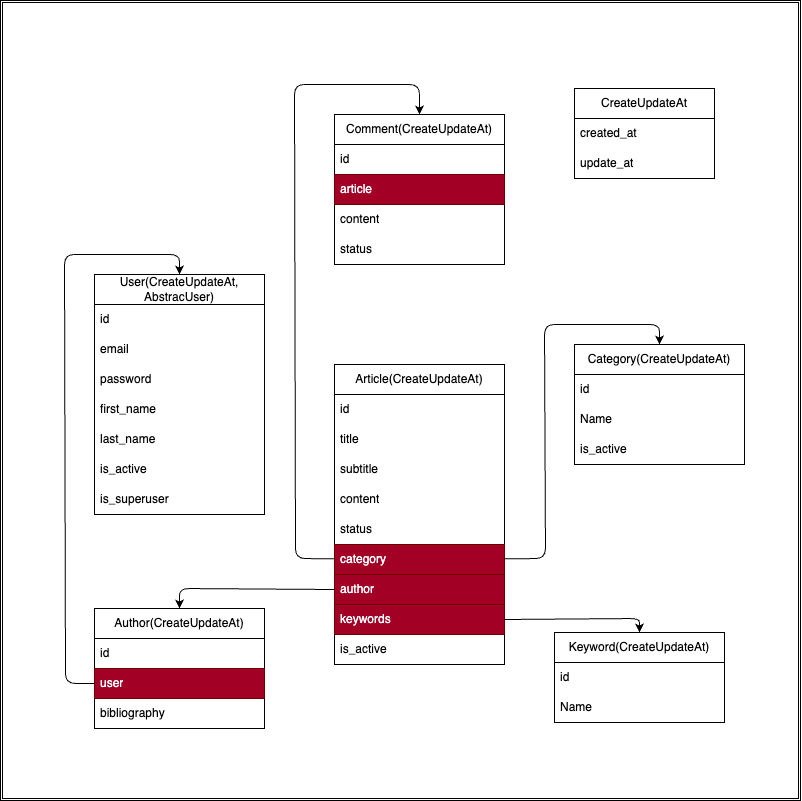
Juzeka/Blog-Flow keeps this draw.io diagram as relationship.png. Above is the earlier version. Source tidied: cells renumbered, new cells last; positions are measured from the earlier drawing's top-left corner, leaving out a move shared by most shapes. Source of this version:
```xml
<mxGraphModel>
  <root>
    <mxCell id="0" />
    <mxCell id="1" parent="0" />
    <mxCell id="2" style="shape=ext;double=1;whiteSpace=wrap;html=1;" parent="1" vertex="1">
      <mxGeometry width="800" height="800" as="geometry" />
    </mxCell>
    <mxCell id="3" value="User(CreateUpdateAt, AbstracUser)" style="swimlane;fontStyle=0;horizontal=1;startSize=30;whiteSpace=wrap;html=1;" parent="1" vertex="1">
      <mxGeometry x="94" y="274" width="170" height="240" as="geometry" />
    </mxCell>
    <mxCell id="4" value="id" style="text;strokeColor=none;fillColor=none;align=left;verticalAlign=middle;spacingLeft=4;spacingRight=4;overflow=hidden;whiteSpace=wrap;html=1;" parent="3" vertex="1">
      <mxGeometry y="30" width="170" height="30" as="geometry" />
    </mxCell>
    <mxCell id="5" value="email" style="text;strokeColor=none;fillColor=none;align=left;verticalAlign=middle;spacingLeft=4;spacingRight=4;overflow=hidden;whiteSpace=wrap;html=1;" parent="3" vertex="1">
      <mxGeometry y="60" width="170" height="30" as="geometry" />
    </mxCell>
    <mxCell id="6" value="password" style="text;strokeColor=none;fillColor=none;align=left;verticalAlign=middle;spacingLeft=4;spacingRight=4;overflow=hidden;whiteSpace=wrap;html=1;" parent="3" vertex="1">
      <mxGeometry y="90" width="170" height="30" as="geometry" />
    </mxCell>
    <mxCell id="7" value="first_name" style="text;strokeColor=none;fillColor=none;align=left;verticalAlign=middle;spacingLeft=4;spacingRight=4;overflow=hidden;whiteSpace=wrap;html=1;" parent="3" vertex="1">
      <mxGeometry y="120" width="170" height="30" as="geometry" />
    </mxCell>
    <mxCell id="8" value="last_name" style="text;strokeColor=none;fillColor=none;align=left;verticalAlign=middle;spacingLeft=4;spacingRight=4;overflow=hidden;whiteSpace=wrap;html=1;" parent="3" vertex="1">
      <mxGeometry y="150" width="170" height="30" as="geometry" />
    </mxCell>
    <mxCell id="9" value="is_active" style="text;strokeColor=none;fillColor=none;align=left;verticalAlign=middle;spacingLeft=4;spacingRight=4;overflow=hidden;whiteSpace=wrap;html=1;" parent="3" vertex="1">
      <mxGeometry y="180" width="170" height="30" as="geometry" />
    </mxCell>
    <mxCell id="10" value="is_superuser" style="text;strokeColor=none;fillColor=none;align=left;verticalAlign=middle;spacingLeft=4;spacingRight=4;overflow=hidden;whiteSpace=wrap;html=1;" parent="3" vertex="1">
      <mxGeometry y="210" width="170" height="30" as="geometry" />
    </mxCell>
    <mxCell id="11" value="CreateUpdateAt" style="swimlane;fontStyle=0;horizontal=1;startSize=30;whiteSpace=wrap;html=1;" parent="1" vertex="1">
      <mxGeometry x="574" y="88" width="140" height="90" as="geometry" />
    </mxCell>
    <mxCell id="12" value="created_at" style="text;strokeColor=none;fillColor=none;align=left;verticalAlign=middle;spacingLeft=4;spacingRight=4;overflow=hidden;whiteSpace=wrap;html=1;" parent="11" vertex="1">
      <mxGeometry y="30" width="140" height="30" as="geometry" />
    </mxCell>
    <mxCell id="13" value="update_at" style="text;strokeColor=none;fillColor=none;align=left;verticalAlign=middle;spacingLeft=4;spacingRight=4;overflow=hidden;whiteSpace=wrap;html=1;" parent="11" vertex="1">
      <mxGeometry y="60" width="140" height="30" as="geometry" />
    </mxCell>
    <mxCell id="14" value="Category(CreateUpdateAt)" style="swimlane;fontStyle=0;horizontal=1;startSize=30;whiteSpace=wrap;html=1;" parent="1" vertex="1">
      <mxGeometry x="574" y="344" width="170" height="120" as="geometry" />
    </mxCell>
    <mxCell id="15" value="id" style="text;strokeColor=none;fillColor=none;align=left;verticalAlign=middle;spacingLeft=4;spacingRight=4;overflow=hidden;whiteSpace=wrap;html=1;" parent="14" vertex="1">
      <mxGeometry y="30" width="170" height="30" as="geometry" />
    </mxCell>
    <mxCell id="16" value="Name" style="text;strokeColor=none;fillColor=none;align=left;verticalAlign=middle;spacingLeft=4;spacingRight=4;overflow=hidden;whiteSpace=wrap;html=1;" parent="14" vertex="1">
      <mxGeometry y="60" width="170" height="30" as="geometry" />
    </mxCell>
    <mxCell id="17" value="is_active" style="text;strokeColor=none;fillColor=none;align=left;verticalAlign=middle;spacingLeft=4;spacingRight=4;overflow=hidden;whiteSpace=wrap;html=1;" parent="14" vertex="1">
      <mxGeometry y="90" width="170" height="30" as="geometry" />
    </mxCell>
    <mxCell id="18" value="Article(CreateUpdateAt)" style="swimlane;fontStyle=0;horizontal=1;startSize=30;whiteSpace=wrap;html=1;" parent="1" vertex="1">
      <mxGeometry x="334" y="364" width="170" height="300" as="geometry" />
    </mxCell>
    <mxCell id="19" value="id" style="text;strokeColor=none;fillColor=none;align=left;verticalAlign=middle;spacingLeft=4;spacingRight=4;overflow=hidden;whiteSpace=wrap;html=1;" parent="18" vertex="1">
      <mxGeometry y="30" width="170" height="30" as="geometry" />
    </mxCell>
    <mxCell id="20" value="title" style="text;strokeColor=none;fillColor=none;align=left;verticalAlign=middle;spacingLeft=4;spacingRight=4;overflow=hidden;whiteSpace=wrap;html=1;" parent="18" vertex="1">
      <mxGeometry y="60" width="170" height="30" as="geometry" />
    </mxCell>
    <mxCell id="21" value="subtitle" style="text;strokeColor=none;fillColor=none;align=left;verticalAlign=middle;spacingLeft=4;spacingRight=4;overflow=hidden;whiteSpace=wrap;html=1;" parent="18" vertex="1">
      <mxGeometry y="90" width="170" height="30" as="geometry" />
    </mxCell>
    <mxCell id="22" value="content" style="text;strokeColor=none;fillColor=none;align=left;verticalAlign=middle;spacingLeft=4;spacingRight=4;overflow=hidden;whiteSpace=wrap;html=1;" parent="18" vertex="1">
      <mxGeometry y="120" width="170" height="30" as="geometry" />
    </mxCell>
    <mxCell id="23" value="status" style="text;strokeColor=none;fillColor=none;align=left;verticalAlign=middle;spacingLeft=4;spacingRight=4;overflow=hidden;whiteSpace=wrap;html=1;" parent="18" vertex="1">
      <mxGeometry y="150" width="170" height="30" as="geometry" />
    </mxCell>
    <mxCell id="24" value="category" style="text;strokeColor=#6F0000;fillColor=#a20025;align=left;verticalAlign=middle;spacingLeft=4;spacingRight=4;overflow=hidden;points=[[0,0.5],[1,0.5]];portConstraint=eastwest;whiteSpace=wrap;html=1;fontColor=#ffffff;" parent="18" vertex="1">
      <mxGeometry y="180" width="170" height="30" as="geometry" />
    </mxCell>
    <mxCell id="25" value="author" style="text;strokeColor=#6F0000;fillColor=#a20025;align=left;verticalAlign=middle;spacingLeft=4;spacingRight=4;overflow=hidden;points=[[0,0.5],[1,0.5]];portConstraint=eastwest;whiteSpace=wrap;html=1;fontColor=#ffffff;" parent="18" vertex="1">
      <mxGeometry y="210" width="170" height="30" as="geometry" />
    </mxCell>
    <mxCell id="26" value="keywords" style="text;strokeColor=#6F0000;fillColor=#a20025;align=left;verticalAlign=middle;spacingLeft=4;spacingRight=4;overflow=hidden;points=[[0,0.5],[1,0.5]];portConstraint=eastwest;whiteSpace=wrap;html=1;fontColor=#ffffff;" parent="18" vertex="1">
      <mxGeometry y="240" width="170" height="30" as="geometry" />
    </mxCell>
    <mxCell id="27" value="is_active" style="text;strokeColor=none;fillColor=none;align=left;verticalAlign=middle;spacingLeft=4;spacingRight=4;overflow=hidden;whiteSpace=wrap;html=1;" parent="18" vertex="1">
      <mxGeometry y="270" width="170" height="30" as="geometry" />
    </mxCell>
    <mxCell id="28" value="Keyword(CreateUpdateAt)" style="swimlane;fontStyle=0;horizontal=1;startSize=30;whiteSpace=wrap;html=1;" parent="1" vertex="1">
      <mxGeometry x="554" y="632" width="170" height="90" as="geometry" />
    </mxCell>
    <mxCell id="29" value="id" style="text;strokeColor=none;fillColor=none;align=left;verticalAlign=middle;spacingLeft=4;spacingRight=4;overflow=hidden;whiteSpace=wrap;html=1;" parent="28" vertex="1">
      <mxGeometry y="30" width="170" height="30" as="geometry" />
    </mxCell>
    <mxCell id="30" value="Name" style="text;strokeColor=none;fillColor=none;align=left;verticalAlign=middle;spacingLeft=4;spacingRight=4;overflow=hidden;whiteSpace=wrap;html=1;" parent="28" vertex="1">
      <mxGeometry y="60" width="170" height="30" as="geometry" />
    </mxCell>
    <mxCell id="31" value="Comment(CreateUpdateAt)" style="swimlane;fontStyle=0;horizontal=1;startSize=30;whiteSpace=wrap;html=1;" parent="1" vertex="1">
      <mxGeometry x="334" y="114" width="170" height="150" as="geometry" />
    </mxCell>
    <mxCell id="32" value="id" style="text;strokeColor=none;fillColor=none;align=left;verticalAlign=middle;spacingLeft=4;spacingRight=4;overflow=hidden;whiteSpace=wrap;html=1;" parent="31" vertex="1">
      <mxGeometry y="30" width="170" height="30" as="geometry" />
    </mxCell>
    <mxCell id="33" value="article" style="text;strokeColor=#6F0000;fillColor=#a20025;align=left;verticalAlign=middle;spacingLeft=4;spacingRight=4;overflow=hidden;whiteSpace=wrap;html=1;fontColor=#ffffff;" parent="31" vertex="1">
      <mxGeometry y="60" width="170" height="30" as="geometry" />
    </mxCell>
    <mxCell id="34" value="content" style="text;strokeColor=none;fillColor=none;align=left;verticalAlign=middle;spacingLeft=4;spacingRight=4;overflow=hidden;whiteSpace=wrap;html=1;" parent="31" vertex="1">
      <mxGeometry y="90" width="170" height="30" as="geometry" />
    </mxCell>
    <mxCell id="35" value="status" style="text;strokeColor=none;fillColor=none;align=left;verticalAlign=middle;spacingLeft=4;spacingRight=4;overflow=hidden;whiteSpace=wrap;html=1;" parent="31" vertex="1">
      <mxGeometry y="120" width="170" height="30" as="geometry" />
    </mxCell>
    <mxCell id="36" value="Author(CreateUpdateAt)" style="swimlane;fontStyle=0;horizontal=1;startSize=30;whiteSpace=wrap;html=1;" parent="1" vertex="1">
      <mxGeometry x="94" y="608" width="170" height="120" as="geometry" />
    </mxCell>
    <mxCell id="37" value="id" style="text;strokeColor=none;fillColor=none;align=left;verticalAlign=middle;spacingLeft=4;spacingRight=4;overflow=hidden;whiteSpace=wrap;html=1;" parent="36" vertex="1">
      <mxGeometry y="30" width="170" height="30" as="geometry" />
    </mxCell>
    <mxCell id="38" value="user" style="text;strokeColor=#6F0000;fillColor=#a20025;align=left;verticalAlign=middle;spacingLeft=4;spacingRight=4;overflow=hidden;points=[[0,0.5],[1,0.5]];portConstraint=eastwest;whiteSpace=wrap;html=1;fontColor=#ffffff;" parent="36" vertex="1">
      <mxGeometry y="60" width="170" height="30" as="geometry" />
    </mxCell>
    <mxCell id="39" value="bibliography" style="text;align=left;verticalAlign=middle;spacingLeft=4;spacingRight=4;overflow=hidden;whiteSpace=wrap;html=1;" parent="36" vertex="1">
      <mxGeometry y="90" width="170" height="30" as="geometry" />
    </mxCell>
    <mxCell id="40" style="edgeStyle=none;html=1;exitX=0;exitY=0.5;exitDx=0;exitDy=0;entryX=0.5;entryY=0;entryDx=0;entryDy=0;" parent="1" edge="1" source="25" target="36">
      <mxGeometry relative="1" as="geometry">
        <Array as="points">
          <mxPoint x="179" y="588" />
        </Array>
      </mxGeometry>
    </mxCell>
    <mxCell id="41" style="edgeStyle=none;html=1;exitX=0;exitY=0.5;exitDx=0;exitDy=0;entryX=0.5;entryY=0;entryDx=0;entryDy=0;" parent="1" edge="1" source="38" target="3">
      <mxGeometry relative="1" as="geometry">
        <Array as="points">
          <mxPoint x="65" y="683" />
          <mxPoint x="64" y="254" />
          <mxPoint x="179" y="254" />
        </Array>
      </mxGeometry>
    </mxCell>
    <mxCell id="42" style="edgeStyle=none;html=1;exitX=1;exitY=0.5;exitDx=0;exitDy=0;entryX=0.5;entryY=0;entryDx=0;entryDy=0;" parent="1" edge="1" source="26" target="28">
      <mxGeometry relative="1" as="geometry">
        <Array as="points">
          <mxPoint x="639" y="618" />
        </Array>
      </mxGeometry>
    </mxCell>
    <mxCell id="43" style="edgeStyle=none;html=1;entryX=0.5;entryY=0;entryDx=0;entryDy=0;" parent="1" edge="1" source="24" target="14">
      <mxGeometry relative="1" as="geometry">
        <Array as="points">
          <mxPoint x="545" y="558" />
          <mxPoint x="544" y="324" />
          <mxPoint x="659" y="324" />
        </Array>
      </mxGeometry>
    </mxCell>
    <mxCell id="44" style="edgeStyle=none;html=1;entryX=0.5;entryY=0;entryDx=0;entryDy=0;" parent="1" edge="1" source="24" target="31">
      <mxGeometry relative="1" as="geometry">
        <Array as="points">
          <mxPoint x="295" y="558" />
          <mxPoint x="294" y="84" />
          <mxPoint x="419" y="84" />
        </Array>
      </mxGeometry>
    </mxCell>
  </root>
</mxGraphModel>
```
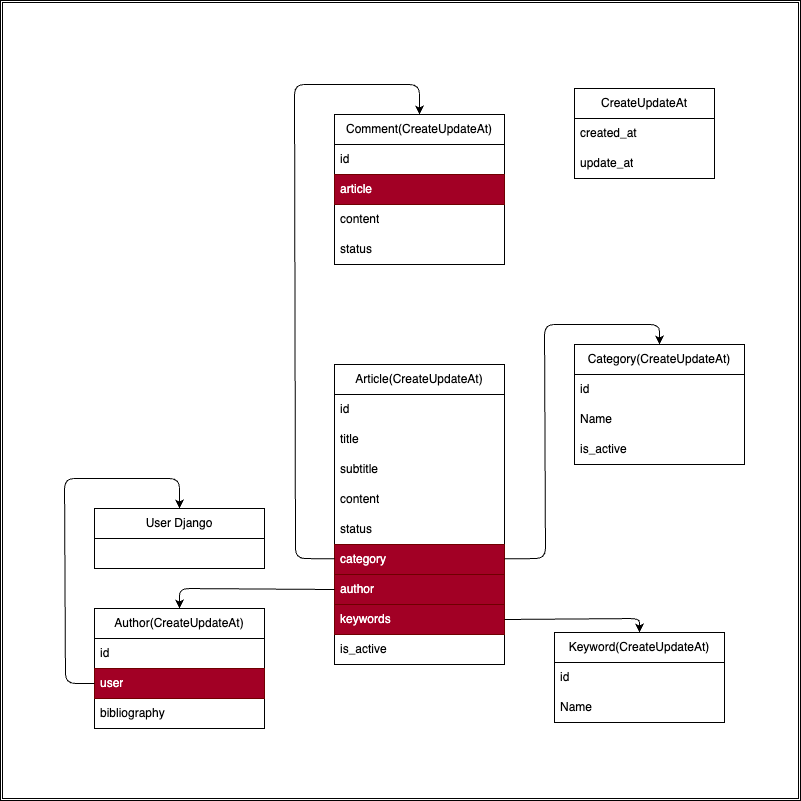
The same file after the commit.

Commit message:
chg: relationship

Diff of the diagram source:
```diff
@@ -5,30 +5,9 @@
     <mxCell id="2" style="shape=ext;double=1;whiteSpace=wrap;html=1;" parent="1" vertex="1">
       <mxGeometry width="800" height="800" as="geometry" />
     </mxCell>
-    <mxCell id="3" value="User(CreateUpdateAt, AbstracUser)" style="swimlane;fontStyle=0;horizontal=1;startSize=30;whiteSpace=wrap;html=1;" parent="1" vertex="1">
-      <mxGeometry x="94" y="274" width="170" height="240" as="geometry" />
+    <mxCell id="3" value="User Django" style="swimlane;fontStyle=0;horizontal=1;startSize=30;whiteSpace=wrap;html=1;" parent="1" vertex="1">
+      <mxGeometry x="94" y="508" width="170" height="60" as="geometry" />
     </mxCell>
-    <mxCell id="4" value="id" style="text;strokeColor=none;fillColor=none;align=left;verticalAlign=middle;spacingLeft=4;spacingRight=4;overflow=hidden;whiteSpace=wrap;html=1;" parent="3" vertex="1">
-      <mxGeometry y="30" width="170" height="30" as="geometry" />
-    </mxCell>
-    <mxCell id="5" value="email" style="text;strokeColor=none;fillColor=none;align=left;verticalAlign=middle;spacingLeft=4;spacingRight=4;overflow=hidden;whiteSpace=wrap;html=1;" parent="3" vertex="1">
-      <mxGeometry y="60" width="170" height="30" as="geometry" />
-    </mxCell>
-    <mxCell id="6" value="password" style="text;strokeColor=none;fillColor=none;align=left;verticalAlign=middle;spacingLeft=4;spacingRight=4;overflow=hidden;whiteSpace=wrap;html=1;" parent="3" vertex="1">
-      <mxGeometry y="90" width="170" height="30" as="geometry" />
-    </mxCell>
-    <mxCell id="7" value="first_name" style="text;strokeColor=none;fillColor=none;align=left;verticalAlign=middle;spacingLeft=4;spacingRight=4;overflow=hidden;whiteSpace=wrap;html=1;" parent="3" vertex="1">
-      <mxGeometry y="120" width="170" height="30" as="geometry" />
-    </mxCell>
-    <mxCell id="8" value="last_name" style="text;strokeColor=none;fillColor=none;align=left;verticalAlign=middle;spacingLeft=4;spacingRight=4;overflow=hidden;whiteSpace=wrap;html=1;" parent="3" vertex="1">
-      <mxGeometry y="150" width="170" height="30" as="geometry" />
-    </mxCell>
-    <mxCell id="9" value="is_active" style="text;strokeColor=none;fillColor=none;align=left;verticalAlign=middle;spacingLeft=4;spacingRight=4;overflow=hidden;whiteSpace=wrap;html=1;" parent="3" vertex="1">
-      <mxGeometry y="180" width="170" height="30" as="geometry" />
-    </mxCell>
-    <mxCell id="10" value="is_superuser" style="text;strokeColor=none;fillColor=none;align=left;verticalAlign=middle;spacingLeft=4;spacingRight=4;overflow=hidden;whiteSpace=wrap;html=1;" parent="3" vertex="1">
-      <mxGeometry y="210" width="170" height="30" as="geometry" />
-    </mxCell>
     <mxCell id="11" value="CreateUpdateAt" style="swimlane;fontStyle=0;horizontal=1;startSize=30;whiteSpace=wrap;html=1;" parent="1" vertex="1">
       <mxGeometry x="574" y="88" width="140" height="90" as="geometry" />
     </mxCell>
@@ -127,8 +106,8 @@
       <mxGeometry relative="1" as="geometry">
         <Array as="points">
           <mxPoint x="65" y="683" />
-          <mxPoint x="64" y="254" />
-          <mxPoint x="179" y="254" />
+          <mxPoint x="64" y="478" />
+          <mxPoint x="179" y="478" />
         </Array>
       </mxGeometry>
     </mxCell>
```
